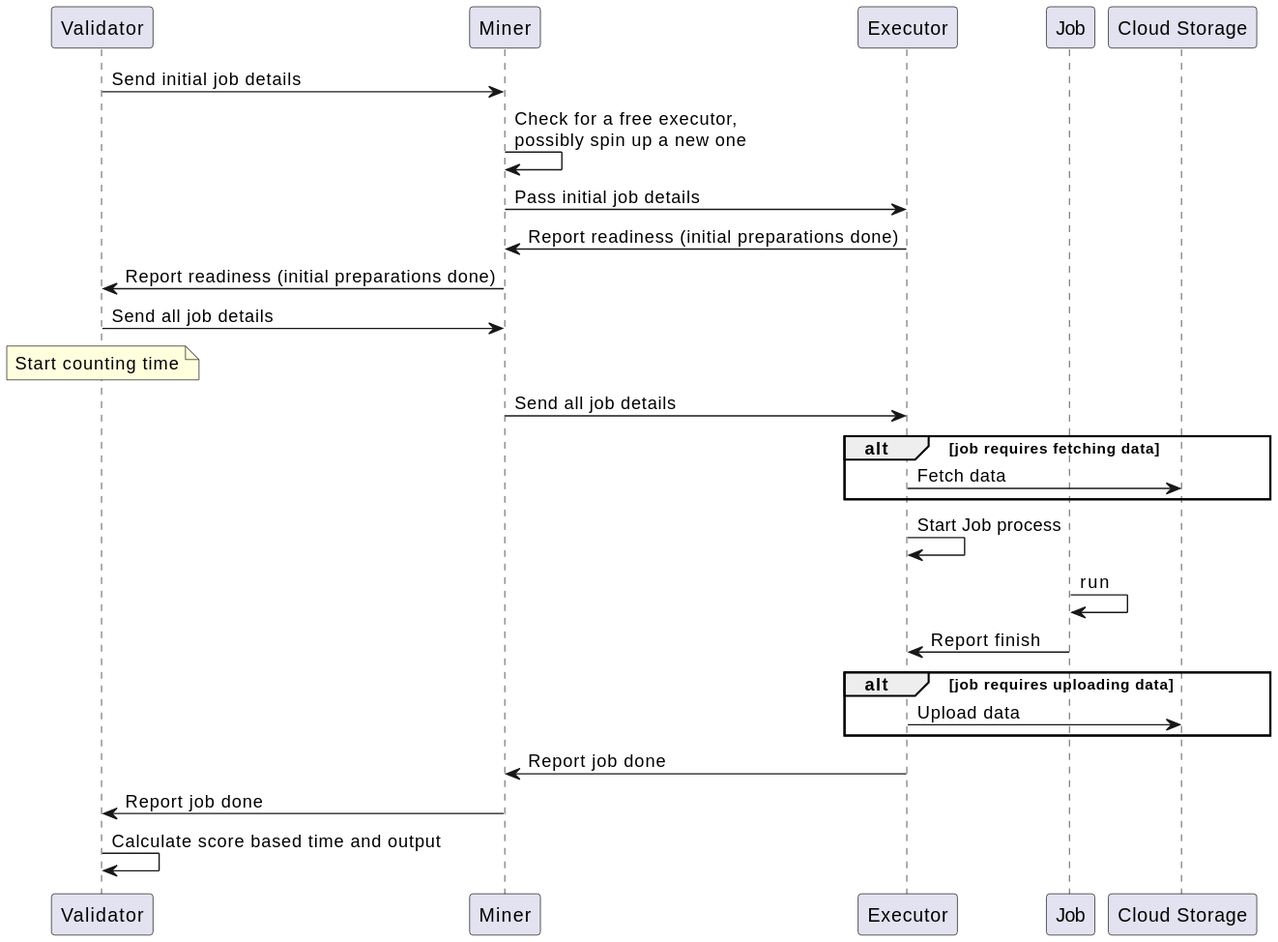
Before: docs/synthetic_job.puml.svg, a diagram exported from PlantUML (backend-developers-ltd/ComputeHorde). Source of this version:
```plantuml
@startuml
participant Validator
participant Miner
participant Executor
participant Job
participant "Cloud Storage"

Validator->Miner: Send initial job details
Miner->Miner: Check for a free executor,\npossibly spin up a new one
Miner->Executor: Pass initial job details
Executor->Miner: Report readiness (initial preparations done)
Miner->Validator: Report readiness (initial preparations done)
Validator->Miner: Send all job details
note over Validator: Start counting time
Miner->Executor: Send all job details

alt job requires fetching data
    Executor->"Cloud Storage": Fetch data
end

Executor->Executor: Start Job process
Job->Job: run
Job->Executor: Report finish

alt job requires uploading data
    Executor->"Cloud Storage": Upload data
end

Executor->Miner: Report job done
Miner->Validator: Report job done
Validator->Validator: Calculate score based time and output
@enduml
```
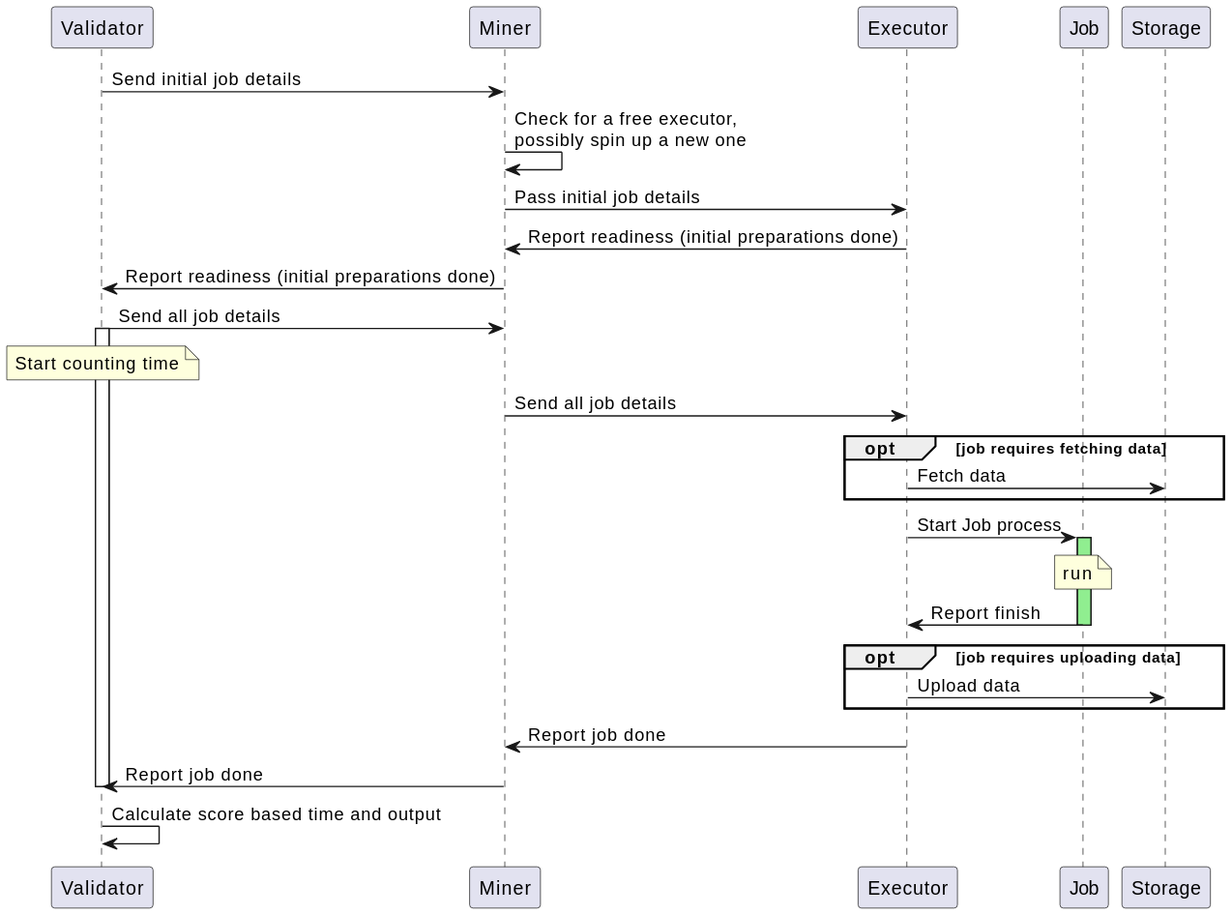
After the commit.

Diff of the diagram source:
```diff
@@ -3,7 +3,7 @@
 participant Miner
 participant Executor
 participant Job
-participant "Cloud Storage"
+participant Storage
 
 Validator->Miner: Send initial job details
 Miner->Miner: Check for a free executor,\npossibly spin up a new one
@@ -12,21 +12,25 @@
 Miner->Validator: Report readiness (initial preparations done)
 Validator->Miner: Send all job details
 note over Validator: Start counting time
+activate Validator
 Miner->Executor: Send all job details
 
-alt job requires fetching data
-    Executor->"Cloud Storage": Fetch data
+opt job requires fetching data
+    Executor->Storage: Fetch data
 end
 
-Executor->Executor: Start Job process
-Job->Job: run
+Executor->Job: Start Job process
+activate Job  #lightgreen
+note over Job: run
 Job->Executor: Report finish
+deactivate Job
 
-alt job requires uploading data
-    Executor->"Cloud Storage": Upload data
+opt job requires uploading data
+    Executor->Storage: Upload data
 end
 
 Executor->Miner: Report job done
 Miner->Validator: Report job done
+deactivate Validator
 Validator->Validator: Calculate score based time and output
 @enduml
```
